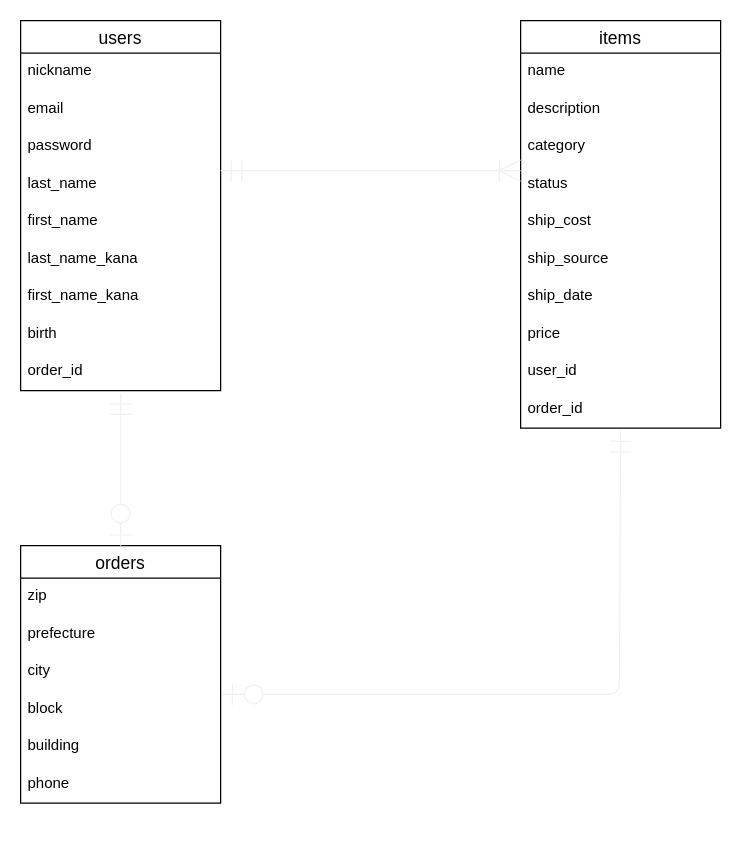
The draw.io diagram furima.dio in Tatsuya9156/furima-33498, before the edit. Source tidied: cells renumbered, new cells numbered last; positions are measured from the earlier drawing's top-left corner, leaving out a move shared by most shapes. Both pictures are drawn from the tidied source at 125%, with x=0, y=0 at pixel (20, 20).
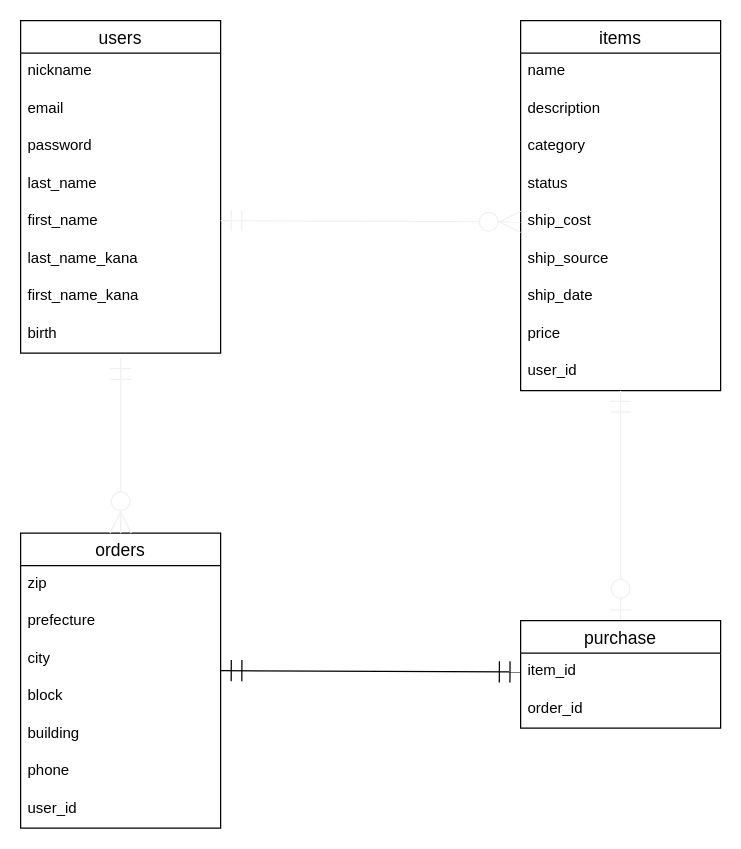
The same diagram, later.

Commit message (it also covers changes not shown here):
purchase(購入履歴)テーブル追加及びそれに伴うER図、READMEの修正

The change refers to these unchanged cells:
```xml
<mxCell id="10" value="birth" style="text;strokeColor=none;fillColor=none;spacingLeft=4;spacingRight=4;overflow=hidden;points=[[0,0.5],[1,0.5]];portConstraint=eastwest;fontSize=12;" parent="2" vertex="1">
  <mxGeometry y="236" width="160" height="30" as="geometry" />
</mxCell>
<mxCell id="16" value="status" style="text;strokeColor=none;fillColor=none;spacingLeft=4;spacingRight=4;overflow=hidden;points=[[0,0.5],[1,0.5]];portConstraint=eastwest;fontSize=12;" parent="12" vertex="1">
  <mxGeometry y="116" width="160" height="30" as="geometry" />
</mxCell>
<mxCell id="17" value="ship_cost" style="text;strokeColor=none;fillColor=none;spacingLeft=4;spacingRight=4;overflow=hidden;points=[[0,0.5],[1,0.5]];portConstraint=eastwest;fontSize=12;" parent="12" vertex="1">
  <mxGeometry y="146" width="160" height="30" as="geometry" />
</mxCell>
<mxCell id="21" value="user_id" style="text;strokeColor=none;fillColor=none;spacingLeft=4;spacingRight=4;overflow=hidden;points=[[0,0.5],[1,0.5]];portConstraint=eastwest;fontSize=12;" parent="12" vertex="1">
  <mxGeometry y="266" width="160" height="30" as="geometry" />
</mxCell>
<mxCell id="27" value="block" style="text;strokeColor=none;fillColor=none;spacingLeft=4;spacingRight=4;overflow=hidden;points=[[0,0.5],[1,0.5]];portConstraint=eastwest;fontSize=12;" parent="23" vertex="1">
  <mxGeometry y="116" width="160" height="30" as="geometry" />
</mxCell>
```

The edit, as a diff of the source:
```diff
@@
     <mxCell id="2" value="users" style="swimlane;fontStyle=0;horizontal=1;startSize=26;align=center;fontSize=14;" parent="1" vertex="1">
-      <mxGeometry width="160" height="296" as="geometry" />
+      <mxGeometry width="160" height="266" as="geometry" />
     </mxCell>
@@
-    <mxCell id="11" value="order_id" style="text;strokeColor=none;fillColor=none;spacingLeft=4;spacingRight=4;overflow=hidden;points=[[0,0.5],[1,0.5]];portConstraint=eastwest;fontSize=12;" parent="2" vertex="1">
-      <mxGeometry y="266" width="160" height="30" as="geometry" />
-    </mxCell>
     <mxCell id="12" value="items" style="swimlane;fontStyle=0;horizontal=1;startSize=26;align=center;fontSize=14;" parent="1" vertex="1">
-      <mxGeometry x="400" width="160" height="326" as="geometry" />
+      <mxGeometry x="400" width="160" height="296" as="geometry" />
     </mxCell>
@@
-    <mxCell id="22" value="order_id" style="text;strokeColor=none;fillColor=none;spacingLeft=4;spacingRight=4;overflow=hidden;points=[[0,0.5],[1,0.5]];portConstraint=eastwest;fontSize=12;" parent="12" vertex="1">
-      <mxGeometry y="296" width="160" height="30" as="geometry" />
-    </mxCell>
     <mxCell id="23" value="orders" style="swimlane;fontStyle=0;horizontal=1;startSize=26;align=center;fontSize=14;" parent="1" vertex="1">
-      <mxGeometry y="420" width="160" height="206" as="geometry" />
+      <mxGeometry y="410" width="160" height="236" as="geometry" />
     </mxCell>
@@
+    <mxCell id="33" value="user_id" style="text;strokeColor=none;fillColor=none;spacingLeft=4;spacingRight=4;overflow=hidden;fontSize=12;" parent="23" vertex="1">
+      <mxGeometry y="206" width="160" height="30" as="geometry" />
+    </mxCell>
-    <mxCell id="30" style="endArrow=ERmandOne;html=1;rounded=0;strokeColor=#f0f0f0;strokeWidth=1;endFill=0;startArrow=ERzeroToOne;startFill=1;endSize=15;startSize=15;exitX=0.5;exitY=0;exitDx=0;exitDy=0;entryX=0.5;entryY=1.067;entryDx=0;entryDy=0;entryPerimeter=0;" parent="1" edge="1" source="23" target="11">
-      <mxGeometry relative="1" as="geometry" />
+    <mxCell id="30" style="endArrow=ERmandOne;html=1;rounded=0;strokeColor=#f0f0f0;strokeWidth=1;endFill=0;startArrow=ERzeroToMany;startFill=1;endSize=15;startSize=15;entryX=0.5;entryY=1.133;entryDx=0;entryDy=0;entryPerimeter=0;" parent="1" edge="1" target="10">
+      <mxGeometry relative="1" as="geometry">
+        <mxPoint x="80" y="410" as="sourcePoint" />
+      </mxGeometry>
     </mxCell>
-    <mxCell id="31" style="endArrow=ERmandOne;html=1;rounded=1;strokeColor=#f0f0f0;strokeWidth=1;startArrow=ERzeroToOne;startFill=1;endFill=0;endSize=15;startSize=15;fontSize=12;exitX=1.006;exitY=0.1;exitDx=0;exitDy=0;exitPerimeter=0;entryX=0.5;entryY=1.067;entryDx=0;entryDy=0;entryPerimeter=0;" parent="1" edge="1" source="27" target="22">
-      <mxGeometry relative="1" as="geometry">
-        <Array as="points">
-          <mxPoint x="479" y="539" />
-        </Array>
-      </mxGeometry>
+    <mxCell id="31" style="endArrow=ERmandOne;html=1;rounded=1;strokeColor=#f0f0f0;strokeWidth=1;startArrow=ERzeroToOne;startFill=1;endFill=0;endSize=15;startSize=15;fontSize=12;entryX=0.5;entryY=1;entryDx=0;entryDy=0;entryPerimeter=0;exitX=0.5;exitY=0;exitDx=0;exitDy=0;" parent="1" edge="1" source="34" target="21">
+      <mxGeometry relative="1" as="geometry" />
     </mxCell>
-    <mxCell id="32" style="endArrow=ERoneToMany;html=1;rounded=0;strokeColor=#f0f0f0;strokeWidth=1;fontSize=12;entryX=0;entryY=0.133;entryDx=0;entryDy=0;entryPerimeter=0;endSize=15;startSize=15;startArrow=ERmandOne;startFill=0;endFill=0;" parent="1" edge="1" target="16">
+    <mxCell id="32" style="endArrow=ERzeroToMany;html=1;rounded=0;strokeColor=#f0f0f0;strokeWidth=1;fontSize=12;endSize=15;startSize=15;startArrow=ERmandOne;startFill=0;endFill=1;entryX=0;entryY=0.5;entryDx=0;entryDy=0;" parent="1" edge="1" target="17">
       <mxGeometry relative="1" as="geometry">
-        <mxPoint x="160" y="120" as="sourcePoint" />
+        <mxPoint x="160" y="160" as="sourcePoint" />
       </mxGeometry>
     </mxCell>
+    <mxCell id="34" value="purchase" style="swimlane;fontStyle=0;horizontal=1;startSize=26;align=center;fontSize=14;" parent="1" vertex="1">
+      <mxGeometry x="400" y="480" width="160" height="86" as="geometry" />
+    </mxCell>
+    <mxCell id="35" value="item_id" style="text;strokeColor=none;fillColor=none;spacingLeft=4;spacingRight=4;overflow=hidden;points=[[0,0.5],[1,0.5]];portConstraint=eastwest;fontSize=12;" parent="34" vertex="1">
+      <mxGeometry y="26" width="160" height="30" as="geometry" />
+    </mxCell>
+    <mxCell id="36" value="order_id" style="text;strokeColor=none;fillColor=none;spacingLeft=4;spacingRight=4;overflow=hidden;fontSize=12;" parent="34" vertex="1">
+      <mxGeometry y="56" width="160" height="30" as="geometry" />
+    </mxCell>
+    <mxCell id="37" style="endArrow=ERmandOne;html=1;rounded=0;startArrow=ERmandOne;startFill=0;endFill=0;endSize=15;startSize=15;entryX=0;entryY=0.5;entryDx=0;entryDy=0;" parent="1" edge="1" target="35">
+      <mxGeometry relative="1" as="geometry">
+        <mxPoint x="160" y="520" as="sourcePoint" />
+      </mxGeometry>
+    </mxCell>
```
